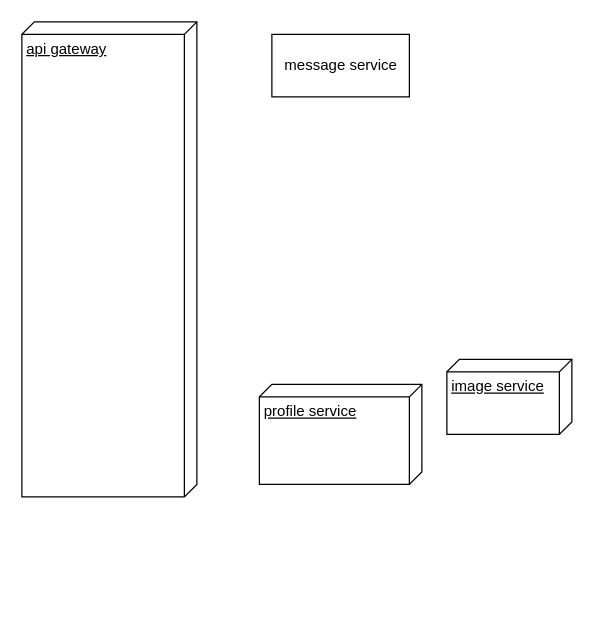
This is page "Page-1" (1 of 2) of Untitled Diagram.drawio from AyushDocs/whatsapp-spring-cloud-clone, a draw.io file, before an edit. Source tidied: cells renumbered, new cells numbered last; positions are measured from the earlier drawing's top-left corner, leaving out a move shared by most shapes. Both pictures are drawn from the tidied source at 125%, with x=0, y=0 at pixel (21, 21).
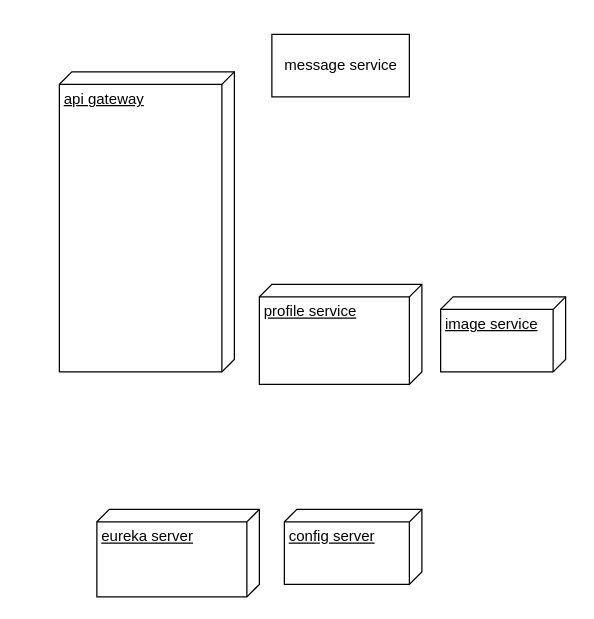
The same diagram, later.

What changed in the source:
```diff
@@
 <mxGraphModel>
   <root>
     <mxCell id="0" />
     <mxCell id="1" parent="0" />
     <mxCell id="2" value="api gateway&lt;br&gt;" style="verticalAlign=top;align=left;spacingTop=8;spacingLeft=2;spacingRight=12;shape=cube;size=10;direction=south;fontStyle=4;html=1;" parent="1" vertex="1">
-      <mxGeometry width="140" height="380" as="geometry" />
+      <mxGeometry x="30" y="40" width="140" height="240" as="geometry" />
     </mxCell>
     <mxCell id="3" value="message service" style="html=1;" parent="1" vertex="1">
       <mxGeometry x="200" y="10" width="110" height="50" as="geometry" />
     </mxCell>
     <mxCell id="4" value="profile service" style="verticalAlign=top;align=left;spacingTop=8;spacingLeft=2;spacingRight=12;shape=cube;size=10;direction=south;fontStyle=4;html=1;" parent="1" vertex="1">
-      <mxGeometry x="190" y="290" width="130" height="80" as="geometry" />
+      <mxGeometry x="190" y="210" width="130" height="80" as="geometry" />
     </mxCell>
     <mxCell id="5" value="image service" style="verticalAlign=top;align=left;spacingTop=8;spacingLeft=2;spacingRight=12;shape=cube;size=10;direction=south;fontStyle=4;html=1;" parent="1" vertex="1">
-      <mxGeometry x="340" y="270" width="100" height="60" as="geometry" />
+      <mxGeometry x="335" y="220" width="100" height="60" as="geometry" />
     </mxCell>
+    <mxCell id="6" value="eureka server" style="verticalAlign=top;align=left;spacingTop=8;spacingLeft=2;spacingRight=12;shape=cube;size=10;direction=south;fontStyle=4;html=1;" parent="1" vertex="1">
+      <mxGeometry x="60" y="390" width="130" height="70" as="geometry" />
+    </mxCell>
+    <mxCell id="7" value="config server" style="verticalAlign=top;align=left;spacingTop=8;spacingLeft=2;spacingRight=12;shape=cube;size=10;direction=south;fontStyle=4;html=1;" parent="1" vertex="1">
+      <mxGeometry x="210" y="390" width="110" height="60" as="geometry" />
+    </mxCell>
   </root>
 </mxGraphModel>
```
